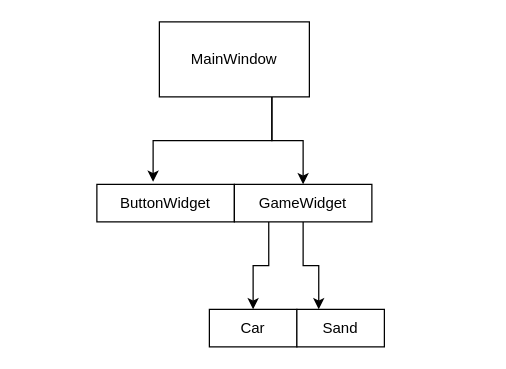
ryanchurchill/self_driving_car_python keeps this draw.io diagram as dependency_graph.drawio. Above is the earlier version. Source tidied: cells renumbered, new cells numbered last; positions are measured from the earlier drawing's top-left corner, leaving out a move shared by most shapes. Both pictures are drawn from the tidied source at 125%, with x=0, y=0 at pixel (96, 21).
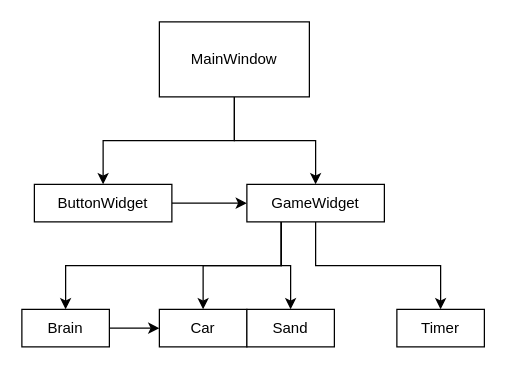
Above is the later version.

What changed in the source:
```diff
@@
 <mxGraphModel>
   <root>
     <mxCell id="0" />
     <mxCell id="1" parent="0" />
-    <mxCell id="2" style="edgeStyle=orthogonalEdgeStyle;rounded=0;jettySize=auto;html=1;exitX=0.75;exitY=1;exitDx=0;exitDy=0;entryX=0.409;entryY=-0.067;entryDx=0;entryDy=0;entryPerimeter=0;" parent="1" edge="1" source="4" target="7">
+    <mxCell id="2" style="edgeStyle=orthogonalEdgeStyle;rounded=0;jettySize=auto;html=1;exitX=0.5;exitY=1;exitDx=0;exitDy=0;entryX=0.5;entryY=0;entryDx=0;entryDy=0;" parent="1" edge="1" source="4" target="7">
       <mxGeometry relative="1" as="geometry" />
     </mxCell>
-    <mxCell id="3" style="edgeStyle=orthogonalEdgeStyle;rounded=0;jettySize=auto;html=1;exitX=0.75;exitY=1;exitDx=0;exitDy=0;" parent="1" edge="1" source="4" target="10">
+    <mxCell id="3" style="edgeStyle=orthogonalEdgeStyle;rounded=0;jettySize=auto;html=1;exitX=0.5;exitY=1;exitDx=0;exitDy=0;entryX=0.5;entryY=0;entryDx=0;entryDy=0;" parent="1" edge="1" source="4" target="10">
       <mxGeometry relative="1" as="geometry" />
     </mxCell>
     <mxCell id="4" value="MainWindow" style="rounded=0;whiteSpace=wrap;html=1;" parent="1" vertex="1">
       <mxGeometry x="50" width="120" height="60" as="geometry" />
     </mxCell>
     <mxCell id="5" value="Car" style="rounded=0;whiteSpace=wrap;html=1;" parent="1" vertex="1">
-      <mxGeometry x="90" y="230" width="70" height="30" as="geometry" />
+      <mxGeometry x="50" y="230" width="70" height="30" as="geometry" />
     </mxCell>
     <mxCell id="6" value="Sand" style="rounded=0;whiteSpace=wrap;html=1;" parent="1" vertex="1">
-      <mxGeometry x="160" y="230" width="70" height="30" as="geometry" />
+      <mxGeometry x="120" y="230" width="70" height="30" as="geometry" />
     </mxCell>
+    <mxCell id="11" style="edgeStyle=orthogonalEdgeStyle;rounded=0;jettySize=auto;html=1;" parent="1" edge="1" source="7" target="10">
+      <mxGeometry relative="1" as="geometry" />
+    </mxCell>
     <mxCell id="7" value="ButtonWidget" style="rounded=0;whiteSpace=wrap;html=1;" parent="1" vertex="1">
-      <mxGeometry y="130" width="110" height="30" as="geometry" />
+      <mxGeometry x="-50" y="130" width="110" height="30" as="geometry" />
     </mxCell>
     <mxCell id="8" style="edgeStyle=orthogonalEdgeStyle;rounded=0;jettySize=auto;html=1;exitX=0.25;exitY=1;exitDx=0;exitDy=0;" parent="1" edge="1" source="10" target="5">
       <mxGeometry relative="1" as="geometry" />
     </mxCell>
-    <mxCell id="9" style="edgeStyle=orthogonalEdgeStyle;rounded=0;jettySize=auto;html=1;entryX=0.25;entryY=0;entryDx=0;entryDy=0;" parent="1" edge="1" source="10" target="6">
+    <mxCell id="9" style="edgeStyle=orthogonalEdgeStyle;rounded=0;jettySize=auto;html=1;exitX=0.25;exitY=1;exitDx=0;exitDy=0;entryX=0.5;entryY=0;entryDx=0;entryDy=0;" parent="1" edge="1" source="10" target="6">
       <mxGeometry relative="1" as="geometry" />
     </mxCell>
+    <mxCell id="12" style="edgeStyle=orthogonalEdgeStyle;rounded=0;jettySize=auto;html=1;exitX=0.5;exitY=1;exitDx=0;exitDy=0;entryX=0.5;entryY=0;entryDx=0;entryDy=0;" parent="1" edge="1" source="10" target="14">
+      <mxGeometry relative="1" as="geometry" />
+    </mxCell>
+    <mxCell id="13" style="edgeStyle=orthogonalEdgeStyle;rounded=0;jettySize=auto;html=1;exitX=0.25;exitY=1;exitDx=0;exitDy=0;entryX=0.5;entryY=0;entryDx=0;entryDy=0;" parent="1" edge="1" source="10" target="16">
+      <mxGeometry relative="1" as="geometry" />
+    </mxCell>
     <mxCell id="10" value="GameWidget" style="rounded=0;whiteSpace=wrap;html=1;" parent="1" vertex="1">
-      <mxGeometry x="110" y="130" width="110" height="30" as="geometry" />
+      <mxGeometry x="120" y="130" width="110" height="30" as="geometry" />
     </mxCell>
+    <mxCell id="14" value="Timer" style="rounded=0;whiteSpace=wrap;html=1;" parent="1" vertex="1">
+      <mxGeometry x="240" y="230" width="70" height="30" as="geometry" />
+    </mxCell>
+    <mxCell id="15" style="edgeStyle=orthogonalEdgeStyle;rounded=0;jettySize=auto;html=1;exitX=1;exitY=0.5;exitDx=0;exitDy=0;entryX=0;entryY=0.5;entryDx=0;entryDy=0;" parent="1" edge="1" source="16" target="5">
+      <mxGeometry relative="1" as="geometry" />
+    </mxCell>
+    <mxCell id="16" value="Brain" style="rounded=0;whiteSpace=wrap;html=1;" parent="1" vertex="1">
+      <mxGeometry x="-60" y="230" width="70" height="30" as="geometry" />
+    </mxCell>
   </root>
 </mxGraphModel>
```
